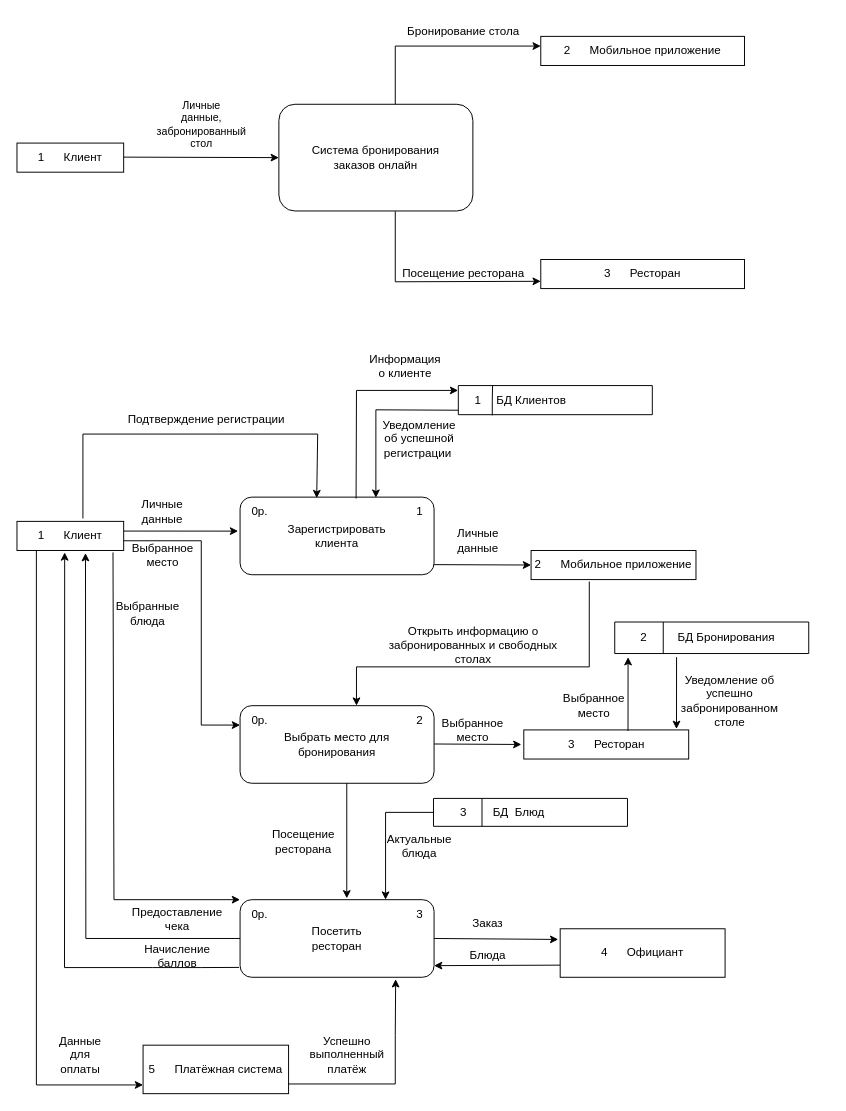
The draw.io diagram DFD (1).drawio in Crecker24/kursach, before the edit. Source tidied: cells renumbered, new cells numbered last; positions are measured from the earlier drawing's top-left corner, leaving out a move shared by most shapes. Both pictures are drawn from the tidied source at 97%, with x=0, y=0 at pixel (16, 16).
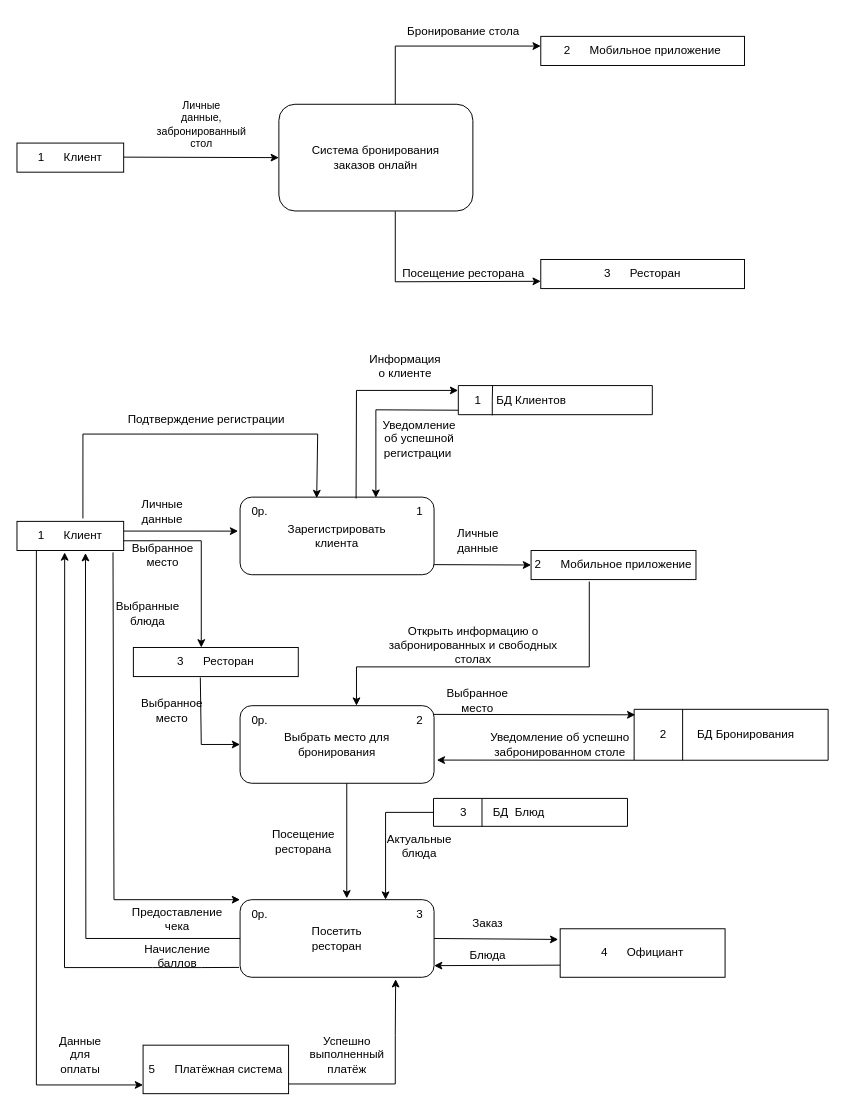
After the change.

Unchanged cells that the change refers to:
```xml
<mxCell id="26" value="Выбрать место для&lt;div&gt;бронирования&lt;/div&gt;" style="rounded=1;whiteSpace=wrap;html=1;" parent="1" vertex="1">
  <mxGeometry x="230" y="710" width="200" height="80" as="geometry" />
</mxCell>
```

Change to the diagram source:
```diff
@@
     <mxCell id="52" value="&lt;div style=&quot;&quot;&gt;3&lt;span style=&quot;background-color: initial; white-space: pre;&quot;&gt;&#9;&lt;/span&gt;Ресторан&lt;/div&gt;" style="rounded=0;whiteSpace=wrap;html=1;align=center;" parent="1" vertex="1">
-      <mxGeometry x="522.5" y="735" width="170" height="30" as="geometry" />
+      <mxGeometry x="120" y="650" width="170" height="30" as="geometry" />
     </mxCell>
-    <mxCell id="53" style="edgeStyle=none;orthogonalLoop=1;jettySize=auto;html=1;rounded=0;" parent="1" edge="1">
+    <mxCell id="53" style="edgeStyle=none;jettySize=auto;html=1;rounded=0;entryX=0.892;entryY=0.006;entryDx=0;entryDy=0;entryPerimeter=0;" parent="1" edge="1" target="55">
       <mxGeometry relative="1" as="geometry">
-        <mxPoint x="430" y="749.5" as="sourcePoint" />
-        <mxPoint x="520" y="750" as="targetPoint" />
+        <mxPoint x="430" y="719" as="sourcePoint" />
       </mxGeometry>
     </mxCell>
@@
     <mxCell id="55" style="swimlane;startSize=0;rotation=-90;" parent="1" vertex="1">
-      <mxGeometry x="700" y="540" width="32.5" height="200" as="geometry" />
+      <mxGeometry x="710" y="640" width="52.5" height="200" as="geometry" />
     </mxCell>
     <mxCell id="56" value="2" style="text;html=1;align=center;verticalAlign=middle;strokeColor=none;fillColor=none;" parent="55" vertex="1">
-      <mxGeometry x="-68.8" y="85" width="30" height="30" as="geometry" />
+      <mxGeometry x="-58.8" y="85" width="30" height="30" as="geometry" />
     </mxCell>
     <mxCell id="57" value="БД Бронирования" style="text;html=1;align=center;verticalAlign=middle;strokeColor=none;fillColor=none;" parent="55" vertex="1">
-      <mxGeometry x="-28.8" y="85" width="120" height="30" as="geometry" />
+      <mxGeometry x="-18.8" y="85" width="120" height="30" as="geometry" />
     </mxCell>
@@
-    <mxCell id="60" style="edgeStyle=none;jettySize=auto;html=1;rounded=0;entryX=0;entryY=0.25;entryDx=0;entryDy=0;" parent="1" edge="1" target="26">
+    <mxCell id="60" style="edgeStyle=none;orthogonalLoop=1;jettySize=auto;html=1;rounded=0;" parent="1" edge="1">
       <mxGeometry relative="1" as="geometry">
         <mxPoint x="110" y="540" as="sourcePoint" />
+        <mxPoint x="190" y="650" as="targetPoint" />
         <Array as="points">
           <mxPoint x="190" y="540" />
-          <mxPoint x="190" y="730" />
+          <mxPoint x="190" y="650" />
         </Array>
       </mxGeometry>
     </mxCell>
     <mxCell id="61" value="Выбранное&lt;div&gt;место&lt;/div&gt;" style="text;html=1;whiteSpace=wrap;strokeColor=none;fillColor=none;align=center;verticalAlign=middle;rounded=0;" parent="1" vertex="1">
-      <mxGeometry x="440" y="720" width="60" height="30" as="geometry" />
+      <mxGeometry x="445" y="690" width="60" height="30" as="geometry" />
     </mxCell>
-    <mxCell id="62" style="edgeStyle=none;jettySize=auto;html=1;rounded=0;exitX=0.632;exitY=0.033;exitDx=0;exitDy=0;exitPerimeter=0;" parent="1" edge="1" source="52">
-      <mxGeometry relative="1" as="geometry">
-        <mxPoint x="630" y="660" as="targetPoint" />
-      </mxGeometry>
-    </mxCell>
     <mxCell id="63" value="Выбранное&lt;div&gt;место&lt;/div&gt;" style="text;html=1;whiteSpace=wrap;strokeColor=none;fillColor=none;align=center;verticalAlign=middle;rounded=0;" parent="1" vertex="1">
-      <mxGeometry x="565" y="695" width="60" height="30" as="geometry" />
+      <mxGeometry x="130" y="700" width="60" height="30" as="geometry" />
     </mxCell>
-    <mxCell id="64" style="edgeStyle=none;jettySize=auto;html=1;rounded=0;entryX=0.926;entryY=-0.033;entryDx=0;entryDy=0;entryPerimeter=0;" parent="1" edge="1" target="52">
-      <mxGeometry relative="1" as="geometry">
-        <mxPoint x="680" y="660" as="sourcePoint" />
-      </mxGeometry>
-    </mxCell>
-    <mxCell id="65" value="Уведомление об успешно&lt;div&gt;забронированном&lt;/div&gt;&lt;div&gt;столе&lt;/div&gt;" style="text;html=1;whiteSpace=wrap;strokeColor=none;fillColor=none;align=center;verticalAlign=middle;rounded=0;" parent="1" vertex="1">
-      <mxGeometry x="700" y="690" width="70" height="30" as="geometry" />
+    <mxCell id="65" value="Уведомление об успешно&lt;div&gt;забронированном&amp;nbsp;&lt;span style=&quot;background-color: initial;&quot;&gt;столе&lt;/span&gt;&lt;/div&gt;" style="text;html=1;whiteSpace=wrap;strokeColor=none;fillColor=none;align=center;verticalAlign=middle;rounded=0;" parent="1" vertex="1">
+      <mxGeometry x="470" y="705" width="180" height="90" as="geometry" />
     </mxCell>
@@
+    <mxCell id="76" style="edgeStyle=none;jettySize=auto;html=1;rounded=0;exitX=0.406;exitY=1.033;exitDx=0;exitDy=0;exitPerimeter=0;entryX=0;entryY=0.5;entryDx=0;entryDy=0;" parent="1" edge="1" source="52" target="26">
+      <mxGeometry relative="1" as="geometry">
+        <Array as="points">
+          <mxPoint x="190" y="750" />
+        </Array>
+      </mxGeometry>
+    </mxCell>
+    <mxCell id="77" style="edgeStyle=none;jettySize=auto;html=1;rounded=0;exitX=0;exitY=0;exitDx=0;exitDy=0;entryX=1.014;entryY=0.701;entryDx=0;entryDy=0;entryPerimeter=0;" parent="1" edge="1" source="55" target="26">
+      <mxGeometry relative="1" as="geometry" />
+    </mxCell>
```
